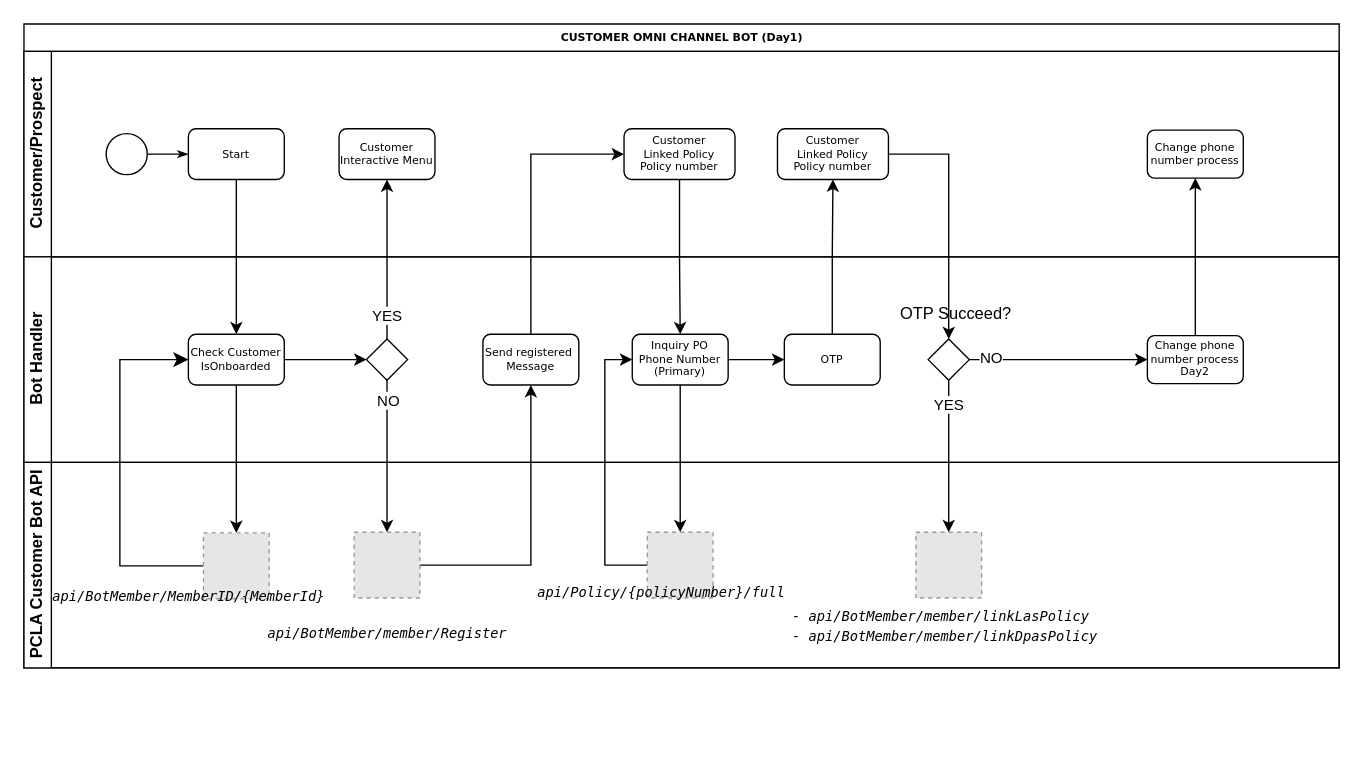
The draw.io diagram Customer Omni Channel Bot.drawio in sovanminea/pru, before the edit. Source tidied: cells renumbered, new cells numbered last; positions are measured from the earlier drawing's top-left corner, leaving out a move shared by most shapes. Both pictures are drawn from the tidied source at 137%, with x=0, y=0 at pixel (23, 23). Pictures stored in the file or linked from it are replaced by grey dashed boxes.
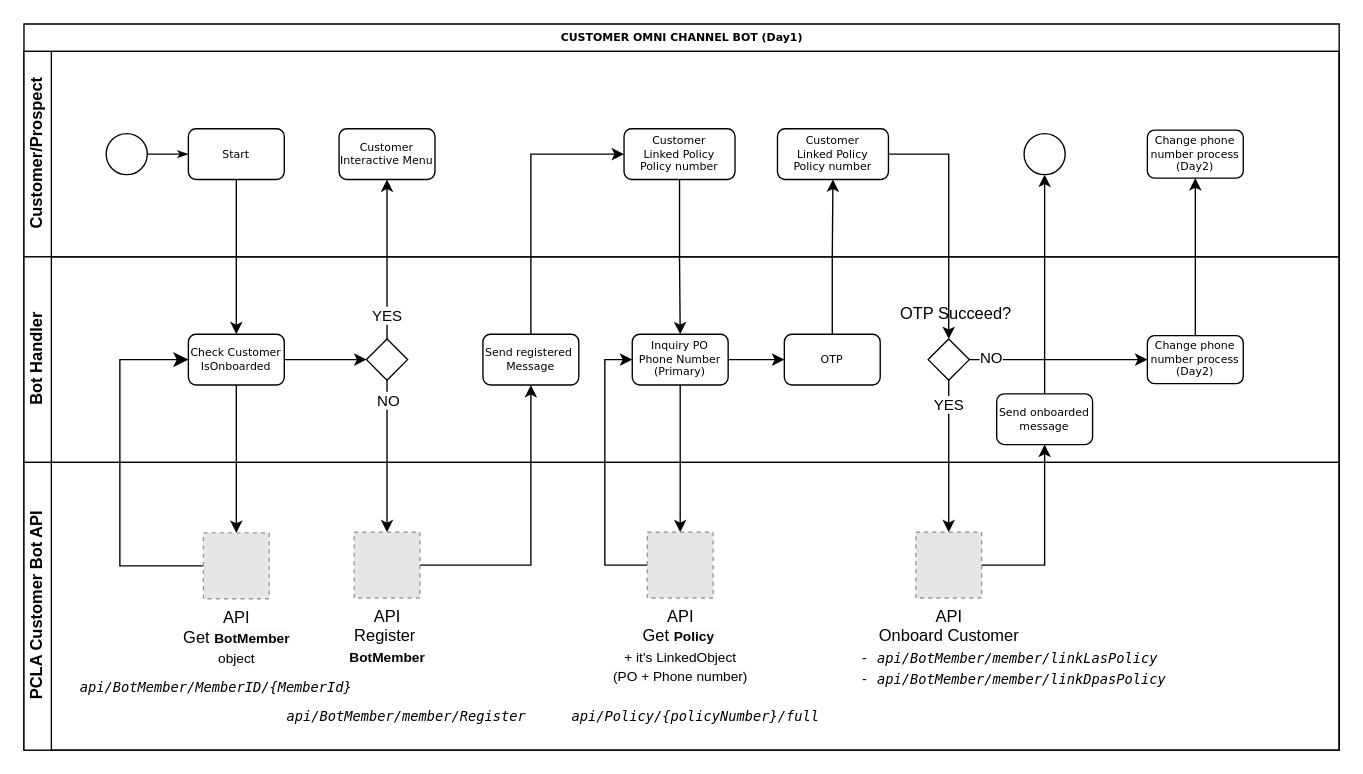
Above is the later version.

Unchanged cells that the change refers to:
```xml
<mxCell id="3" value="Customer/Prospect" style="swimlane;html=1;startSize=20;horizontal=0;" parent="2" vertex="1">
  <mxGeometry y="20" width="960" height="150" as="geometry" />
</mxCell>
<mxCell id="26" value="Bot Handler" style="swimlane;html=1;startSize=20;horizontal=0;" parent="2" vertex="1">
  <mxGeometry y="170" width="960" height="150" as="geometry" />
</mxCell>
```

The edit, as a diff of the source:
```diff
@@
     <mxCell id="2" value="CUSTOMER OMNI CHANNEL BOT (Day1)" style="swimlane;html=1;horizontal=1;startSize=20;rounded=0;shadow=0;labelBackgroundColor=none;strokeWidth=1;fontFamily=Verdana;fontSize=8;align=center;" parent="1" vertex="1">
-      <mxGeometry width="960" height="470" as="geometry" />
+      <mxGeometry width="960" height="530" as="geometry" />
     </mxCell>
@@
-    <mxCell id="10" value="Change phone number process" style="whiteSpace=wrap;html=1;fontSize=8;fontFamily=Verdana;strokeWidth=1;rounded=1;shadow=0;labelBackgroundColor=none;" parent="3" vertex="1">
+    <mxCell id="10" value="Change phone number process&lt;br&gt;(Day2)" style="whiteSpace=wrap;html=1;fontSize=8;fontFamily=Verdana;strokeWidth=1;rounded=1;shadow=0;labelBackgroundColor=none;" parent="3" vertex="1">
       <mxGeometry x="820" y="57.5" width="70" height="35" as="geometry" />
     </mxCell>
+    <mxCell id="49" style="ellipse;whiteSpace=wrap;html=1;rounded=0;shadow=0;labelBackgroundColor=none;strokeWidth=1;fontFamily=Verdana;fontSize=8;align=center;" parent="3" vertex="1">
+      <mxGeometry x="730" y="60" width="30" height="30" as="geometry" />
+    </mxCell>
@@
-    <mxCell id="38" value="Change phone number process&lt;br&gt;Day2" style="whiteSpace=wrap;html=1;fontSize=8;fontFamily=Verdana;strokeWidth=1;rounded=1;shadow=0;labelBackgroundColor=none;" parent="26" vertex="1">
+    <mxCell id="38" value="Change phone number process&lt;br&gt;(Day2)" style="whiteSpace=wrap;html=1;fontSize=8;fontFamily=Verdana;strokeWidth=1;rounded=1;shadow=0;labelBackgroundColor=none;" parent="26" vertex="1">
       <mxGeometry x="820" y="57.5" width="70" height="35" as="geometry" />
     </mxCell>
+    <mxCell id="50" value="Send onboarded&lt;br&gt;message" style="rounded=1;whiteSpace=wrap;html=1;shadow=0;labelBackgroundColor=none;strokeWidth=1;fontFamily=Verdana;fontSize=8;align=center;" parent="26" vertex="1">
+      <mxGeometry x="710" y="100" width="70" height="37" as="geometry" />
+    </mxCell>
+    <mxCell id="48" style="edgeStyle=orthogonalEdgeStyle;rounded=0;jettySize=auto;html=1;entryX=0.5;entryY=1;entryDx=0;entryDy=0;" parent="2" edge="1" source="38" target="10">
+      <mxGeometry relative="1" as="geometry" />
+    </mxCell>
     <mxCell id="39" value="PCLA Customer Bot API" style="swimlane;html=1;startSize=20;horizontal=0;" parent="2" vertex="1">
-      <mxGeometry y="320" width="960" height="150" as="geometry" />
+      <mxGeometry y="320" width="960" height="210" as="geometry" />
     </mxCell>
-    <mxCell id="40" style="fillColor=#E6E6E6;strokeColor=#999999;dashed=1;html=1;verticalAlign=top;verticalLabelPosition=bottom;labelBackgroundColor=#ffffff;" parent="39" vertex="1">
+    <mxCell id="40" value="API&lt;br&gt;Get&amp;nbsp;&lt;b style=&quot;border-color: var(--border-color); font-size: 10px; background-color: rgb(251, 251, 251);&quot;&gt;BotMember&lt;/b&gt;&lt;span style=&quot;font-size: 10px; background-color: rgb(251, 251, 251);&quot;&gt;&lt;/span&gt;&lt;br style=&quot;border-color: var(--border-color); font-size: 10px; background-color: rgb(251, 251, 251);&quot;&gt;&lt;span style=&quot;font-size: 10px; background-color: rgb(251, 251, 251);&quot;&gt;object&lt;/span&gt;" style="fillColor=#E6E6E6;strokeColor=#999999;dashed=1;html=1;verticalAlign=top;verticalLabelPosition=bottom;labelBackgroundColor=#ffffff;" parent="39" vertex="1">
       <mxGeometry x="131" y="51.5" width="48" height="48" as="geometry" />
     </mxCell>
     <mxCell id="41" value="&lt;i&gt;&lt;font style=&quot;font-size: 10px;&quot; face=&quot;Lucida Console&quot;&gt;api/BotMember/MemberID/{MemberId}&lt;/font&gt;&lt;/i&gt;" style="text;html=1;align=center;verticalAlign=middle;strokeColor=none;fillColor=none;" parent="39" vertex="1">
-      <mxGeometry x="10" y="83" width="220" height="30" as="geometry" />
+      <mxGeometry x="30" y="149" width="220" height="30" as="geometry" />
     </mxCell>
-    <mxCell id="42" style="fillColor=#E6E6E6;strokeColor=#999999;dashed=1;html=1;verticalAlign=top;verticalLabelPosition=bottom;labelBackgroundColor=#ffffff;" parent="39" vertex="1">
+    <mxCell id="42" value="API&lt;br&gt;Register&amp;nbsp;&lt;br style=&quot;border-color: var(--border-color); font-size: 10px; background-color: rgb(251, 251, 251);&quot;&gt;&lt;b style=&quot;border-color: var(--border-color); font-size: 10px; background-color: rgb(251, 251, 251);&quot;&gt;BotMember&lt;/b&gt;" style="fillColor=#E6E6E6;strokeColor=#999999;dashed=1;html=1;verticalAlign=top;verticalLabelPosition=bottom;labelBackgroundColor=#ffffff;" parent="39" vertex="1">
       <mxGeometry x="241" y="51" width="48" height="48" as="geometry" />
     </mxCell>
     <mxCell id="43" value="&lt;i&gt;&lt;font style=&quot;font-size: 10px;&quot; face=&quot;Lucida Console&quot;&gt;api/BotMember/member/Register&lt;/font&gt;&lt;/i&gt;" style="text;html=1;align=center;verticalAlign=middle;strokeColor=none;fillColor=none;" parent="39" vertex="1">
-      <mxGeometry x="165" y="110" width="200" height="30" as="geometry" />
+      <mxGeometry x="179" y="170" width="200" height="30" as="geometry" />
     </mxCell>
-    <mxCell id="44" style="fillColor=#E6E6E6;strokeColor=#999999;dashed=1;html=1;verticalAlign=top;verticalLabelPosition=bottom;labelBackgroundColor=#ffffff;" parent="39" vertex="1">
+    <mxCell id="44" value="API&lt;br&gt;Get&amp;nbsp;&lt;b style=&quot;border-color: var(--border-color); font-size: 10px; background-color: rgb(251, 251, 251);&quot;&gt;Policy&lt;/b&gt;&lt;span style=&quot;font-size: 10px; background-color: rgb(251, 251, 251);&quot;&gt;&amp;nbsp;&lt;/span&gt;&lt;br style=&quot;border-color: var(--border-color); font-size: 10px; background-color: rgb(251, 251, 251);&quot;&gt;&lt;span style=&quot;font-size: 10px; background-color: rgb(251, 251, 251);&quot;&gt;+ it's LinkedObject&lt;/span&gt;&lt;br style=&quot;border-color: var(--border-color); font-size: 10px; background-color: rgb(251, 251, 251);&quot;&gt;&lt;span style=&quot;font-size: 10px; background-color: rgb(251, 251, 251);&quot;&gt;(PO + Phone number)&lt;/span&gt;" style="fillColor=#E6E6E6;strokeColor=#999999;dashed=1;html=1;verticalAlign=top;verticalLabelPosition=bottom;labelBackgroundColor=#ffffff;" parent="39" vertex="1">
       <mxGeometry x="455" y="51" width="48" height="48" as="geometry" />
     </mxCell>
     <mxCell id="45" value="&lt;i&gt;&lt;font style=&quot;font-size: 10px;&quot; face=&quot;Lucida Console&quot;&gt;api/Policy/{policyNumber}/full&lt;/font&gt;&lt;/i&gt;" style="text;html=1;align=center;verticalAlign=middle;strokeColor=none;fillColor=none;" parent="39" vertex="1">
-      <mxGeometry x="365" y="80" width="200" height="30" as="geometry" />
+      <mxGeometry x="390" y="170" width="200" height="30" as="geometry" />
     </mxCell>
-    <mxCell id="46" style="fillColor=#E6E6E6;strokeColor=#999999;dashed=1;html=1;verticalAlign=top;verticalLabelPosition=bottom;labelBackgroundColor=#ffffff;" parent="39" vertex="1">
+    <mxCell id="46" value="API&lt;br&gt;Onboard&amp;nbsp;Customer" style="fillColor=#E6E6E6;strokeColor=#999999;dashed=1;html=1;verticalAlign=top;verticalLabelPosition=bottom;labelBackgroundColor=#ffffff;" parent="39" vertex="1">
       <mxGeometry x="651" y="51" width="48" height="48" as="geometry" />
     </mxCell>
     <mxCell id="47" value="&lt;div style=&quot;text-align: left;&quot;&gt;&lt;i style=&quot;background-color: initial;&quot;&gt;&lt;font style=&quot;font-size: 10px;&quot; face=&quot;Lucida Console&quot;&gt;- api/BotMember/member/linkLasPolicy&lt;/font&gt;&lt;/i&gt;&lt;/div&gt;&lt;i style=&quot;border-color: var(--border-color);&quot;&gt;&lt;div style=&quot;text-align: left;&quot;&gt;&lt;i style=&quot;background-color: initial; border-color: var(--border-color);&quot;&gt;&lt;font style=&quot;border-color: var(--border-color); font-size: 10px;&quot; face=&quot;Lucida Console&quot;&gt;- api/BotMember/member/linkDpasPolicy&lt;/font&gt;&lt;/i&gt;&lt;i style=&quot;background-color: initial;&quot;&gt;&lt;font style=&quot;font-size: 10px;&quot; face=&quot;Lucida Console&quot;&gt;&amp;nbsp;&lt;/font&gt;&lt;/i&gt;&lt;/div&gt;&lt;/i&gt;" style="text;html=1;align=center;verticalAlign=middle;strokeColor=none;fillColor=none;" parent="39" vertex="1">
-      <mxGeometry x="550" y="99" width="250" height="40" as="geometry" />
+      <mxGeometry x="600" y="130" width="250" height="40" as="geometry" />
     </mxCell>
-    <mxCell id="48" style="edgeStyle=orthogonalEdgeStyle;rounded=0;jettySize=auto;html=1;entryX=0.5;entryY=1;entryDx=0;entryDy=0;" parent="2" edge="1" source="38" target="10">
-      <mxGeometry relative="1" as="geometry" />
-    </mxCell>
+    <mxCell id="51" style="edgeStyle=orthogonalEdgeStyle;rounded=0;jettySize=auto;html=1;" parent="2" edge="1" source="46" target="50">
+      <mxGeometry relative="1" as="geometry" />
+    </mxCell>
+    <mxCell id="52" style="edgeStyle=orthogonalEdgeStyle;rounded=0;jettySize=auto;html=1;entryX=0.5;entryY=1;entryDx=0;entryDy=0;" parent="2" edge="1" source="50" target="49">
+      <mxGeometry relative="1" as="geometry" />
+    </mxCell>
```
